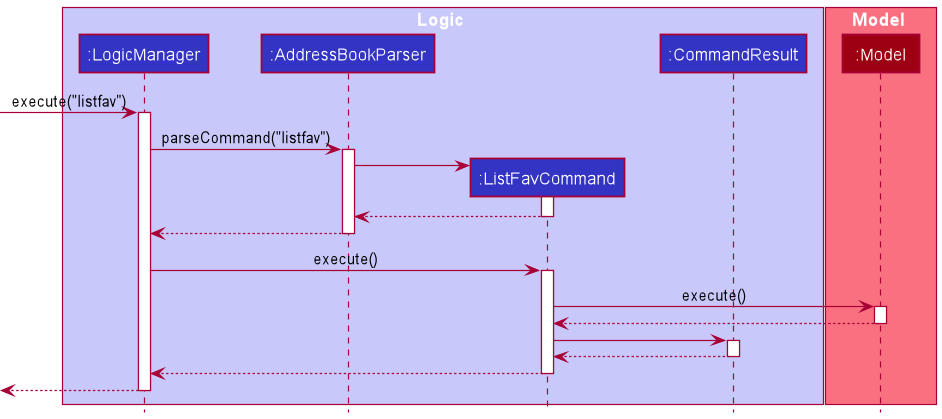
Before: docs/images/ListFavSequenceDiagram.png, a diagram exported from PlantUML (nus-cs2103-AY2122S1/tp). Its diagram source:
```plantuml
@startuml
!include style.puml

box Logic LOGIC_COLOR_T1
participant ":LogicManager" as LogicManager LOGIC_COLOR
participant ":AddressBookParser" as AddressBookParser LOGIC_COLOR
participant ":ListFavCommand" as ListFavCommand LOGIC_COLOR

participant ":CommandResult" as CommandResult LOGIC_COLOR
end box

box Model MODEL_COLOR_T1
participant ":Model" as Model MODEL_COLOR
end box

[-> LogicManager : execute("listfav")
activate LogicManager

LogicManager -> AddressBookParser : parseCommand("listfav")
activate AddressBookParser

create ListFavCommand
AddressBookParser -> ListFavCommand
activate ListFavCommand

ListFavCommand --> AddressBookParser
deactivate ListFavCommand

AddressBookParser --> LogicManager
deactivate AddressBookParser

LogicManager -> ListFavCommand : execute()
activate ListFavCommand

ListFavCommand -> Model : execute()
activate Model

Model --> ListFavCommand
deactivate Model

ListFavCommand -> CommandResult
activate CommandResult

CommandResult --> ListFavCommand
deactivate CommandResult

ListFavCommand --> LogicManager
deactivate ListFavCommand

[<--LogicManager
deactivate LogicManager
@enduml
```
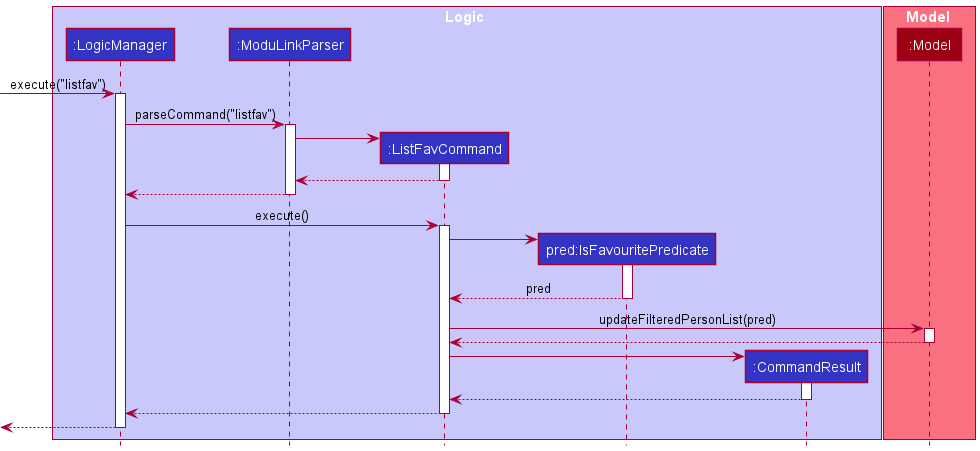
After the change.

What changed in the source:
```diff
@@ -3,8 +3,9 @@
 
 box Logic LOGIC_COLOR_T1
 participant ":LogicManager" as LogicManager LOGIC_COLOR
-participant ":AddressBookParser" as AddressBookParser LOGIC_COLOR
+participant ":ModuLinkParser" as ModuLinkParser LOGIC_COLOR
 participant ":ListFavCommand" as ListFavCommand LOGIC_COLOR
+participant "pred:IsFavouritePredicate" as IsFavouritePredicate LOGIC_COLOR
 
 participant ":CommandResult" as CommandResult LOGIC_COLOR
 end box
@@ -16,28 +17,36 @@
 [-> LogicManager : execute("listfav")
 activate LogicManager
 
-LogicManager -> AddressBookParser : parseCommand("listfav")
-activate AddressBookParser
+LogicManager -> ModuLinkParser : parseCommand("listfav")
+activate ModuLinkParser
 
 create ListFavCommand
-AddressBookParser -> ListFavCommand
+ModuLinkParser -> ListFavCommand
 activate ListFavCommand
 
-ListFavCommand --> AddressBookParser
+ListFavCommand --> ModuLinkParser
 deactivate ListFavCommand
 
-AddressBookParser --> LogicManager
-deactivate AddressBookParser
+ModuLinkParser --> LogicManager
+deactivate ModuLinkParser
 
 LogicManager -> ListFavCommand : execute()
 activate ListFavCommand
 
-ListFavCommand -> Model : execute()
+create IsFavouritePredicate
+ListFavCommand -> IsFavouritePredicate
+activate IsFavouritePredicate
+
+IsFavouritePredicate --> ListFavCommand :pred
+deactivate IsFavouritePredicate
+
+ListFavCommand -> Model : updateFilteredPersonList(pred)
 activate Model
 
 Model --> ListFavCommand
 deactivate Model
 
+create CommandResult
 ListFavCommand -> CommandResult
 activate CommandResult
 
```
